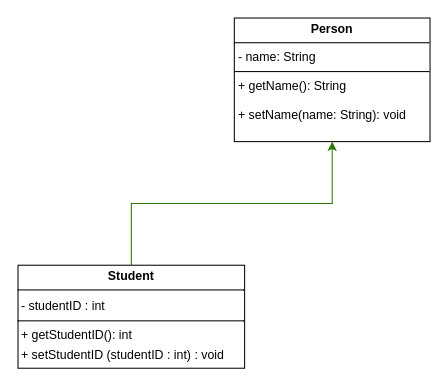
The draw.io diagram PracticeDiagram.drawio in beatrizjardim031/inheritance, before the edit. Source tidied: cells renumbered, new cells numbered last; positions are measured from the earlier drawing's top-left corner, leaving out a move shared by most shapes. Both pictures are drawn from the tidied source at 103%, with x=0, y=0 at pixel (18, 18).
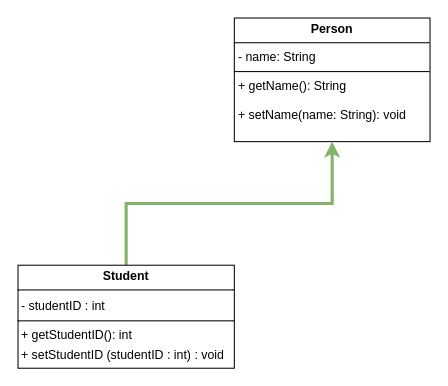
After the change.

What changed in the source:
```diff
@@
 <mxGraphModel>
   <root>
     <mxCell id="0" />
     <mxCell id="1" parent="0" />
     <mxCell id="2" value="&lt;p style=&quot;margin:0px;margin-top:4px;text-align:center;&quot;&gt;&lt;b&gt;Person&lt;/b&gt;&lt;/p&gt;&lt;hr size=&quot;1&quot; style=&quot;border-style:solid;&quot;&gt;&lt;p style=&quot;margin:0px;margin-left:4px;&quot;&gt;- name: String&lt;/p&gt;&lt;hr size=&quot;1&quot; style=&quot;border-style:solid;&quot;&gt;&lt;p style=&quot;margin:0px;margin-left:4px;&quot;&gt;+ getName(): String&lt;/p&gt;&lt;p style=&quot;margin:0px;margin-left:4px;&quot;&gt;&lt;br&gt;&lt;/p&gt;&lt;p style=&quot;margin:0px;margin-left:4px;&quot;&gt;+ setName(name: String): void&lt;/p&gt;" style="verticalAlign=top;align=left;overflow=fill;html=1;whiteSpace=wrap;" parent="1" vertex="1">
       <mxGeometry x="210" width="190" height="120" as="geometry" />
     </mxCell>
-    <mxCell id="3" style="edgeStyle=orthogonalEdgeStyle;rounded=0;jettySize=auto;html=1;fillColor=#60a917;strokeColor=#2D7600;" parent="1" edge="1" source="4" target="2">
+    <mxCell id="3" style="edgeStyle=orthogonalEdgeStyle;rounded=0;jettySize=auto;html=1;fillColor=#d5e8d4;strokeColor=#82b366;strokeWidth=3;" parent="1" edge="1" source="4" target="2">
       <mxGeometry relative="1" as="geometry" />
     </mxCell>
     <mxCell id="4" value="&lt;p style=&quot;margin:0px;margin-top:4px;text-align:center;&quot;&gt;&lt;b&gt;Student&lt;/b&gt;&lt;/p&gt;&lt;hr size=&quot;1&quot; style=&quot;border-style:solid;&quot;&gt;&lt;div style=&quot;height:2px;&quot;&gt;&lt;/div&gt;&amp;nbsp;- studentID : int&lt;br&gt;&lt;hr size=&quot;1&quot; style=&quot;border-style:solid;&quot;&gt;&lt;div style=&quot;height:2px;&quot;&gt;&amp;nbsp;+ getStudentID(): int&lt;/div&gt;&lt;div style=&quot;height:2px;&quot;&gt;&lt;br&gt;&lt;/div&gt;&lt;div style=&quot;height:2px;&quot;&gt;&lt;br&gt;&lt;/div&gt;&lt;div style=&quot;height:2px;&quot;&gt;&lt;br&gt;&lt;/div&gt;&lt;div style=&quot;height:2px;&quot;&gt;&lt;br&gt;&lt;/div&gt;&lt;div style=&quot;height:2px;&quot;&gt;&amp;nbsp;&lt;/div&gt;&lt;div style=&quot;height:2px;&quot;&gt;&lt;br&gt;&lt;/div&gt;&lt;div style=&quot;height:2px;&quot;&gt;&lt;br&gt;&lt;/div&gt;&lt;div style=&quot;height:2px;&quot;&gt;&lt;br&gt;&lt;/div&gt;&lt;div style=&quot;height:2px;&quot;&gt;&lt;br&gt;&lt;/div&gt;&lt;div style=&quot;height:2px;&quot;&gt;&amp;nbsp;+ setStudentID (studentID : int) : void&lt;/div&gt;" style="verticalAlign=top;align=left;overflow=fill;html=1;whiteSpace=wrap;direction=west;" parent="1" vertex="1">
-      <mxGeometry y="240" width="220" height="100" as="geometry" />
+      <mxGeometry y="240" width="210" height="100" as="geometry" />
     </mxCell>
   </root>
 </mxGraphModel>
```
